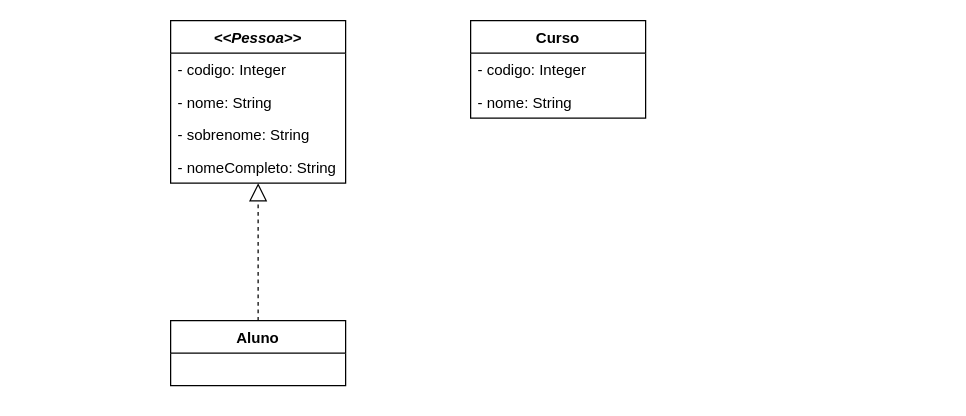
abraaofaco/desafio-oop-kotlin-dh keeps this draw.io diagram as Diagrama.drawio. Above is the earlier version. Source tidied: cells renumbered, new cells numbered last; positions are measured from the earlier drawing's top-left corner, leaving out a move shared by most shapes. Both pictures are drawn from the tidied source at 125%, with x=0, y=0 at pixel (170, 20).
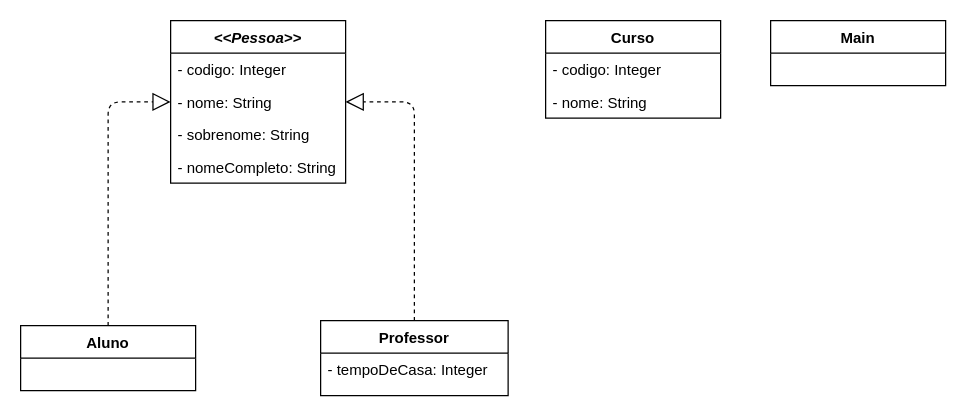
Above is the later version.

Commit message:
Ajusta diagrama de classe

Diff of the diagram source:
```diff
@@
 <mxGraphModel>
   <root>
     <mxCell id="0" />
     <mxCell id="1" parent="0" />
     <mxCell id="2" value="&lt;&lt;Pessoa&gt;&gt;" style="swimlane;fontStyle=3;horizontal=1;startSize=26;fillColor=none;" parent="1" vertex="1">
       <mxGeometry width="140" height="130" as="geometry" />
     </mxCell>
     <mxCell id="3" value="- codigo: Integer" style="text;strokeColor=none;fillColor=none;align=left;verticalAlign=top;spacingLeft=4;spacingRight=4;overflow=hidden;" parent="2" vertex="1">
       <mxGeometry y="26" width="140" height="26" as="geometry" />
     </mxCell>
     <mxCell id="4" value="- nome: String" style="text;strokeColor=none;fillColor=none;align=left;verticalAlign=top;spacingLeft=4;spacingRight=4;overflow=hidden;points=[[0,0.5],[1,0.5]];portConstraint=eastwest;" parent="2" vertex="1">
       <mxGeometry y="52" width="140" height="26" as="geometry" />
     </mxCell>
     <mxCell id="5" value="- sobrenome: String" style="text;strokeColor=none;fillColor=none;align=left;verticalAlign=top;spacingLeft=4;spacingRight=4;overflow=hidden;" parent="2" vertex="1">
       <mxGeometry y="78" width="140" height="26" as="geometry" />
     </mxCell>
     <mxCell id="6" value="- nomeCompleto: String" style="text;strokeColor=none;fillColor=none;align=left;verticalAlign=top;spacingLeft=4;spacingRight=4;overflow=hidden;points=[[0,0.5],[1,0.5]];portConstraint=eastwest;" parent="2" vertex="1">
       <mxGeometry y="104" width="140" height="26" as="geometry" />
     </mxCell>
-    <mxCell id="7" style="endArrow=block;dashed=1;endFill=0;endSize=12;html=1;exitX=0.5;exitY=0;exitDx=0;exitDy=0;entryX=0.5;entryY=1;entryDx=0;entryDy=0;entryPerimeter=0;" parent="1" edge="1" source="8" target="6">
-      <mxGeometry relative="1" as="geometry" />
+    <mxCell id="7" style="endArrow=block;dashed=1;endFill=0;endSize=12;html=1;exitX=0.5;exitY=0;exitDx=0;exitDy=0;entryX=0;entryY=0.5;entryDx=0;entryDy=0;" parent="1" edge="1" source="8" target="4">
+      <mxGeometry relative="1" as="geometry">
+        <Array as="points">
+          <mxPoint x="-50" y="65" />
+        </Array>
+      </mxGeometry>
     </mxCell>
     <mxCell id="8" value="Aluno" style="swimlane;fontStyle=1;horizontal=1;startSize=26;fillColor=none;" parent="1" vertex="1">
-      <mxGeometry y="240" width="140" height="52" as="geometry" />
+      <mxGeometry x="-120" y="244" width="140" height="52" as="geometry" />
     </mxCell>
+    <mxCell id="12" style="endArrow=block;dashed=1;endFill=0;endSize=12;html=1;exitX=0.5;exitY=0;exitDx=0;exitDy=0;entryX=1;entryY=0.5;entryDx=0;entryDy=0;" parent="1" edge="1" source="13" target="4">
+      <mxGeometry relative="1" as="geometry">
+        <Array as="points">
+          <mxPoint x="195" y="65" />
+        </Array>
+      </mxGeometry>
+    </mxCell>
+    <mxCell id="13" value="Professor" style="swimlane;fontStyle=1;horizontal=1;startSize=26;fillColor=none;" parent="1" vertex="1">
+      <mxGeometry x="120" y="240" width="150" height="60" as="geometry" />
+    </mxCell>
+    <mxCell id="14" value="- tempoDeCasa: Integer" style="text;strokeColor=none;fillColor=none;align=left;verticalAlign=top;spacingLeft=4;spacingRight=4;overflow=hidden;" parent="13" vertex="1">
+      <mxGeometry y="26" width="150" height="34" as="geometry" />
+    </mxCell>
     <mxCell id="9" value="Curso" style="swimlane;fontStyle=1;horizontal=1;startSize=26;fillColor=none;" parent="1" vertex="1">
-      <mxGeometry x="240" width="140" height="78" as="geometry" />
+      <mxGeometry x="300" width="140" height="78" as="geometry" />
     </mxCell>
     <mxCell id="10" value="- codigo: Integer" style="text;strokeColor=none;fillColor=none;align=left;verticalAlign=top;spacingLeft=4;spacingRight=4;overflow=hidden;" parent="9" vertex="1">
       <mxGeometry y="26" width="140" height="26" as="geometry" />
     </mxCell>
     <mxCell id="11" value="- nome: String" style="text;strokeColor=none;fillColor=none;align=left;verticalAlign=top;spacingLeft=4;spacingRight=4;overflow=hidden;" parent="9" vertex="1">
       <mxGeometry y="52" width="140" height="26" as="geometry" />
     </mxCell>
+    <mxCell id="15" value="Main" style="swimlane;fontStyle=1;horizontal=1;startSize=26;fillColor=none;" parent="1" vertex="1">
+      <mxGeometry x="480" width="140" height="52" as="geometry" />
+    </mxCell>
   </root>
 </mxGraphModel>
```
